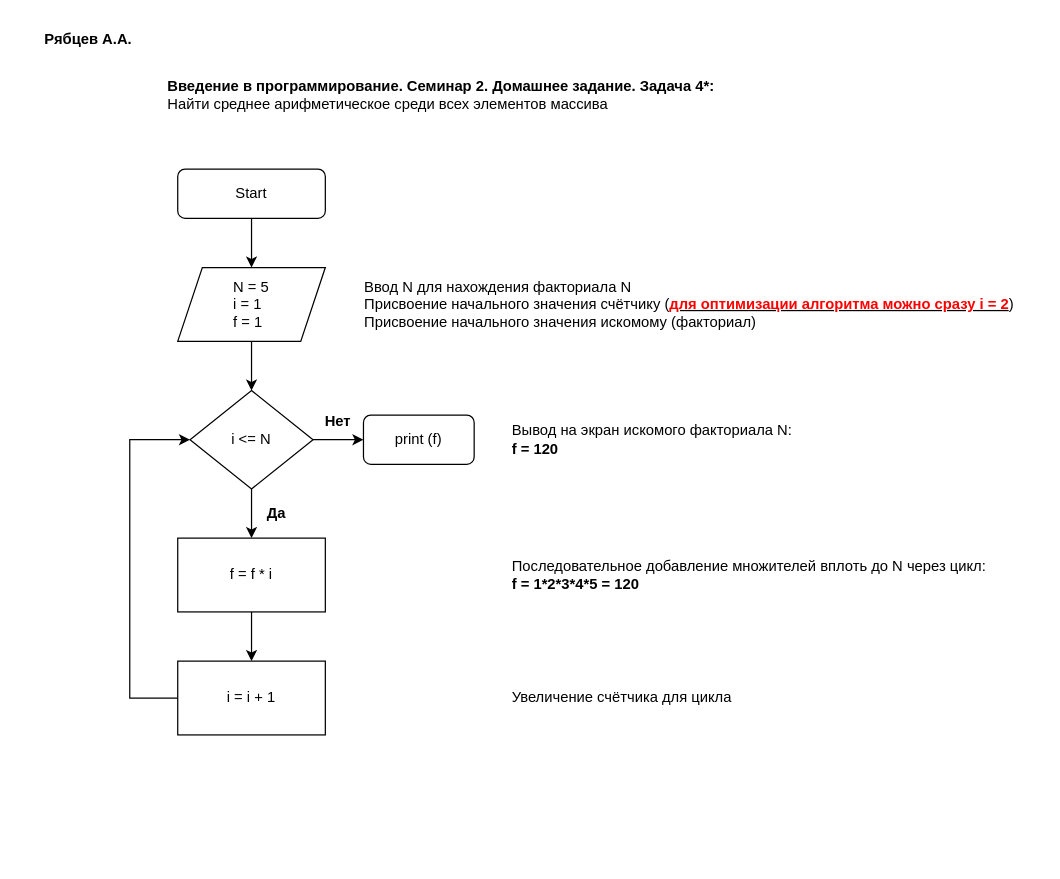
This is 2022.12.13_CW_3-4.drawio from kask1n/Programming_Introguction, a draw.io file, before an edit. Source tidied: cells renumbered, new cells numbered last; positions are measured from the earlier drawing's top-left corner, leaving out a move shared by most shapes. Both pictures are drawn from the tidied source at 123%, with x=0, y=0 at pixel (42, 21).
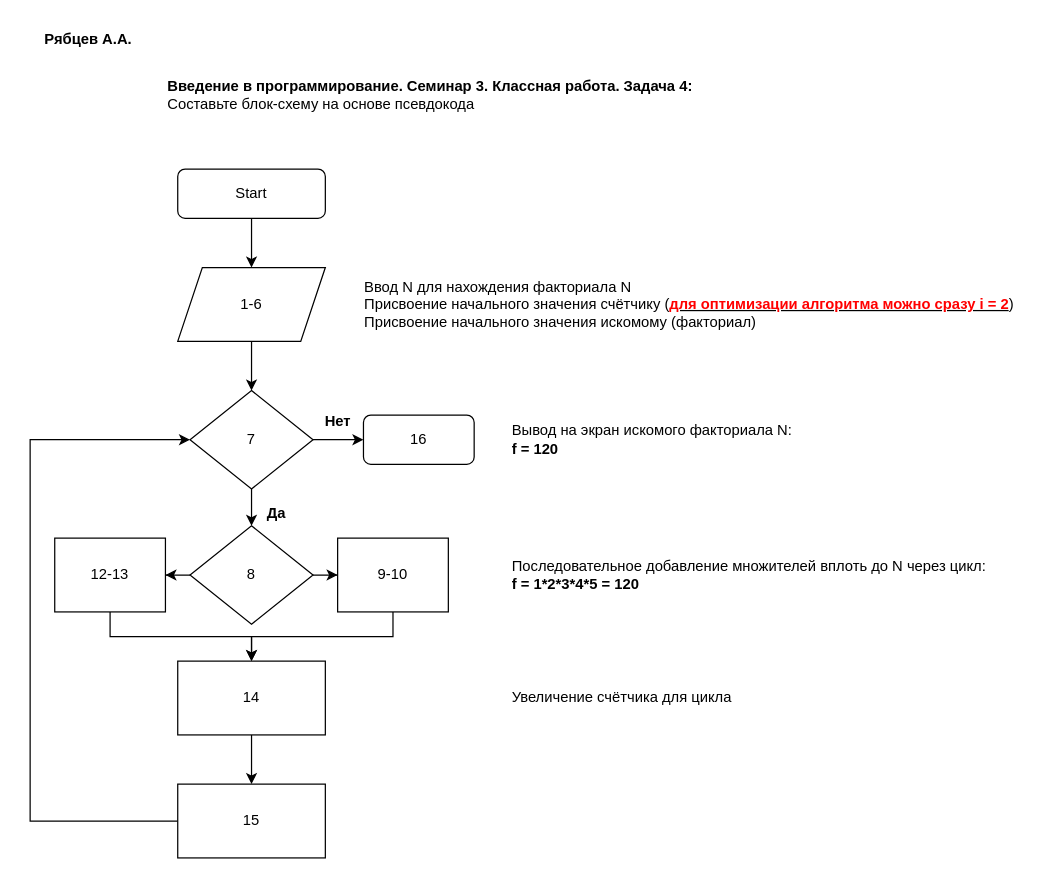
After the change.

What changed in the source:
```diff
@@
-    <mxCell id="4" value="print (f)" style="rounded=1;whiteSpace=wrap;html=1;fontSize=12;glass=0;strokeWidth=1;shadow=0;" parent="1" vertex="1">
+    <mxCell id="4" value="16" style="rounded=1;whiteSpace=wrap;html=1;fontSize=12;glass=0;strokeWidth=1;shadow=0;" parent="1" vertex="1">
       <mxGeometry x="261" y="320" width="90" height="40" as="geometry" />
     </mxCell>
@@
-    <mxCell id="6" value="&lt;div style=&quot;text-align: justify;&quot;&gt;&lt;span style=&quot;background-color: initial;&quot;&gt;N = 5&lt;/span&gt;&lt;/div&gt;&lt;div style=&quot;text-align: justify;&quot;&gt;&lt;span style=&quot;background-color: initial;&quot;&gt;i = 1&lt;/span&gt;&lt;/div&gt;&lt;div style=&quot;text-align: justify;&quot;&gt;&lt;span style=&quot;background-color: initial;&quot;&gt;f = 1&lt;/span&gt;&lt;/div&gt;" style="shape=parallelogram;perimeter=parallelogramPerimeter;whiteSpace=wrap;html=1;fixedSize=1;" parent="1" vertex="1">
+    <mxCell id="6" value="&lt;div style=&quot;text-align: justify;&quot;&gt;1-6&lt;/div&gt;" style="shape=parallelogram;perimeter=parallelogramPerimeter;whiteSpace=wrap;html=1;fixedSize=1;" parent="1" vertex="1">
       <mxGeometry x="110" y="200" width="120" height="60" as="geometry" />
     </mxCell>
@@
-    <mxCell id="10" value="&lt;b&gt;Введение в программирование. Семинар 2. Домашнее задание. Задача 4*:&lt;br&gt;&lt;/b&gt;&lt;div&gt;Найти среднее арифметическое среди всех элементов массива&lt;br&gt;&lt;/div&gt;" style="text;html=1;align=left;verticalAlign=middle;strokeColor=none;fillColor=none;" parent="1" vertex="1">
-      <mxGeometry x="100" y="40" width="470" height="40" as="geometry" />
+    <mxCell id="10" value="&lt;b&gt;Введение в программирование. Семинар 3. Классная работа. Задача 4:&lt;br&gt;&lt;/b&gt;&lt;div&gt;Составьте блок-схему на основе псевдокода&lt;br&gt;&lt;/div&gt;" style="text;html=1;align=left;verticalAlign=middle;strokeColor=none;fillColor=none;" parent="1" vertex="1">
+      <mxGeometry x="100" y="40" width="450" height="40" as="geometry" />
     </mxCell>
-    <mxCell id="11" style="edgeStyle=orthogonalEdgeStyle;rounded=0;jettySize=auto;html=1;" parent="1" edge="1" source="13" target="15">
+    <mxCell id="11" style="edgeStyle=orthogonalEdgeStyle;rounded=0;jettySize=auto;html=1;entryX=0.5;entryY=0;entryDx=0;entryDy=0;" parent="1" edge="1" source="13" target="27">
       <mxGeometry relative="1" as="geometry" />
     </mxCell>
@@
-    <mxCell id="13" value="i &amp;lt;= N" style="rhombus;whiteSpace=wrap;html=1;" parent="1" vertex="1">
+    <mxCell id="13" value="7" style="rhombus;whiteSpace=wrap;html=1;" parent="1" vertex="1">
       <mxGeometry x="120" y="300" width="100" height="80" as="geometry" />
     </mxCell>
-    <mxCell id="14" style="edgeStyle=orthogonalEdgeStyle;rounded=0;jettySize=auto;html=1;" parent="1" edge="1" source="15" target="19">
-      <mxGeometry relative="1" as="geometry" />
-    </mxCell>
-    <mxCell id="15" value="f = f * i" style="rounded=0;whiteSpace=wrap;html=1;" parent="1" vertex="1">
-      <mxGeometry x="110" y="420" width="120" height="60" as="geometry" />
-    </mxCell>
@@
-    <mxCell id="18" style="edgeStyle=orthogonalEdgeStyle;rounded=0;jettySize=auto;html=1;entryX=0;entryY=0.5;entryDx=0;entryDy=0;" parent="1" edge="1" source="19" target="13">
-      <mxGeometry relative="1" as="geometry">
-        <Array as="points">
-          <mxPoint x="71" y="550" />
-          <mxPoint x="71" y="340" />
-        </Array>
-      </mxGeometry>
-    </mxCell>
+    <mxCell id="22" style="edgeStyle=orthogonalEdgeStyle;rounded=0;jettySize=auto;html=1;" parent="1" edge="1" source="19" target="24">
+      <mxGeometry relative="1" as="geometry" />
+    </mxCell>
-    <mxCell id="19" value="i = i + 1" style="rounded=0;whiteSpace=wrap;html=1;" parent="1" vertex="1">
+    <mxCell id="19" value="14" style="rounded=0;whiteSpace=wrap;html=1;" parent="1" vertex="1">
       <mxGeometry x="110" y="520" width="120" height="60" as="geometry" />
     </mxCell>
@@
+    <mxCell id="23" style="edgeStyle=orthogonalEdgeStyle;rounded=0;jettySize=auto;html=1;entryX=0;entryY=0.5;entryDx=0;entryDy=0;" parent="1" edge="1" source="24" target="13">
+      <mxGeometry relative="1" as="geometry">
+        <Array as="points">
+          <mxPoint x="-10" y="650" />
+          <mxPoint x="-10" y="340" />
+        </Array>
+      </mxGeometry>
+    </mxCell>
+    <mxCell id="24" value="15" style="rounded=0;whiteSpace=wrap;html=1;" parent="1" vertex="1">
+      <mxGeometry x="110" y="620" width="120" height="60" as="geometry" />
+    </mxCell>
+    <mxCell id="25" style="edgeStyle=orthogonalEdgeStyle;rounded=0;jettySize=auto;html=1;" parent="1" edge="1" source="27" target="31">
+      <mxGeometry relative="1" as="geometry" />
+    </mxCell>
+    <mxCell id="26" style="edgeStyle=orthogonalEdgeStyle;rounded=0;jettySize=auto;html=1;" parent="1" edge="1" source="27" target="29">
+      <mxGeometry relative="1" as="geometry" />
+    </mxCell>
+    <mxCell id="27" value="8" style="rhombus;whiteSpace=wrap;html=1;" parent="1" vertex="1">
+      <mxGeometry x="120" y="410" width="100" height="80" as="geometry" />
+    </mxCell>
+    <mxCell id="28" style="edgeStyle=orthogonalEdgeStyle;rounded=0;jettySize=auto;html=1;entryX=0.5;entryY=0;entryDx=0;entryDy=0;" parent="1" edge="1" source="29" target="19">
+      <mxGeometry relative="1" as="geometry">
+        <Array as="points">
+          <mxPoint x="55" y="500" />
+          <mxPoint x="170" y="500" />
+        </Array>
+      </mxGeometry>
+    </mxCell>
+    <mxCell id="29" value="12-13" style="rounded=0;whiteSpace=wrap;html=1;" parent="1" vertex="1">
+      <mxGeometry x="10" y="420" width="90" height="60" as="geometry" />
+    </mxCell>
+    <mxCell id="30" style="edgeStyle=orthogonalEdgeStyle;rounded=0;jettySize=auto;html=1;" parent="1" edge="1" source="31">
+      <mxGeometry relative="1" as="geometry">
+        <mxPoint x="170" y="520" as="targetPoint" />
+        <Array as="points">
+          <mxPoint x="285" y="500" />
+          <mxPoint x="170" y="500" />
+          <mxPoint x="170" y="520" />
+        </Array>
+      </mxGeometry>
+    </mxCell>
+    <mxCell id="31" value="9-10" style="rounded=0;whiteSpace=wrap;html=1;" parent="1" vertex="1">
+      <mxGeometry x="240" y="420" width="90" height="60" as="geometry" />
+    </mxCell>
```
